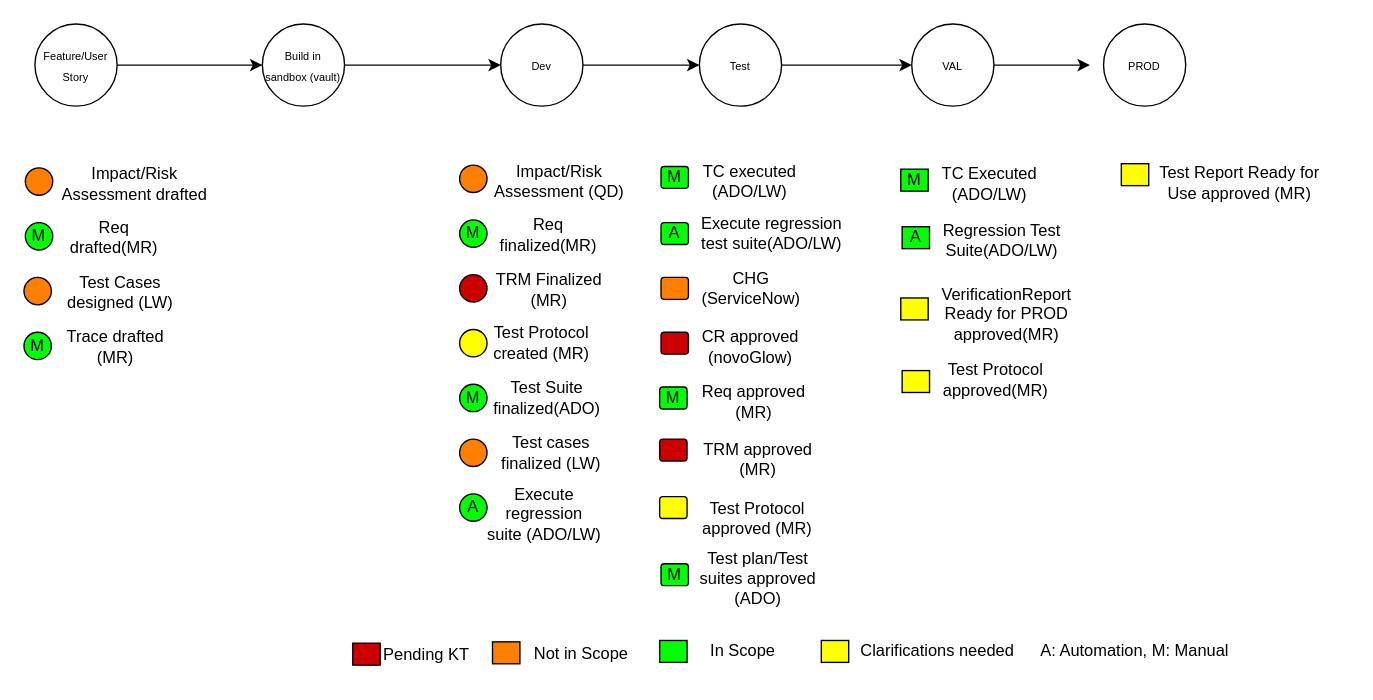
Above: hpalmtoado2.drawio in surajnaik90/Architectures-Designs (draw.io), before the change. Source tidied: cells renumbered, new cells numbered last; positions are measured from the earlier drawing's top-left corner, leaving out a move shared by most shapes. Both pictures are drawn from the tidied source at 137%, with x=0, y=0 at pixel (23, 23).
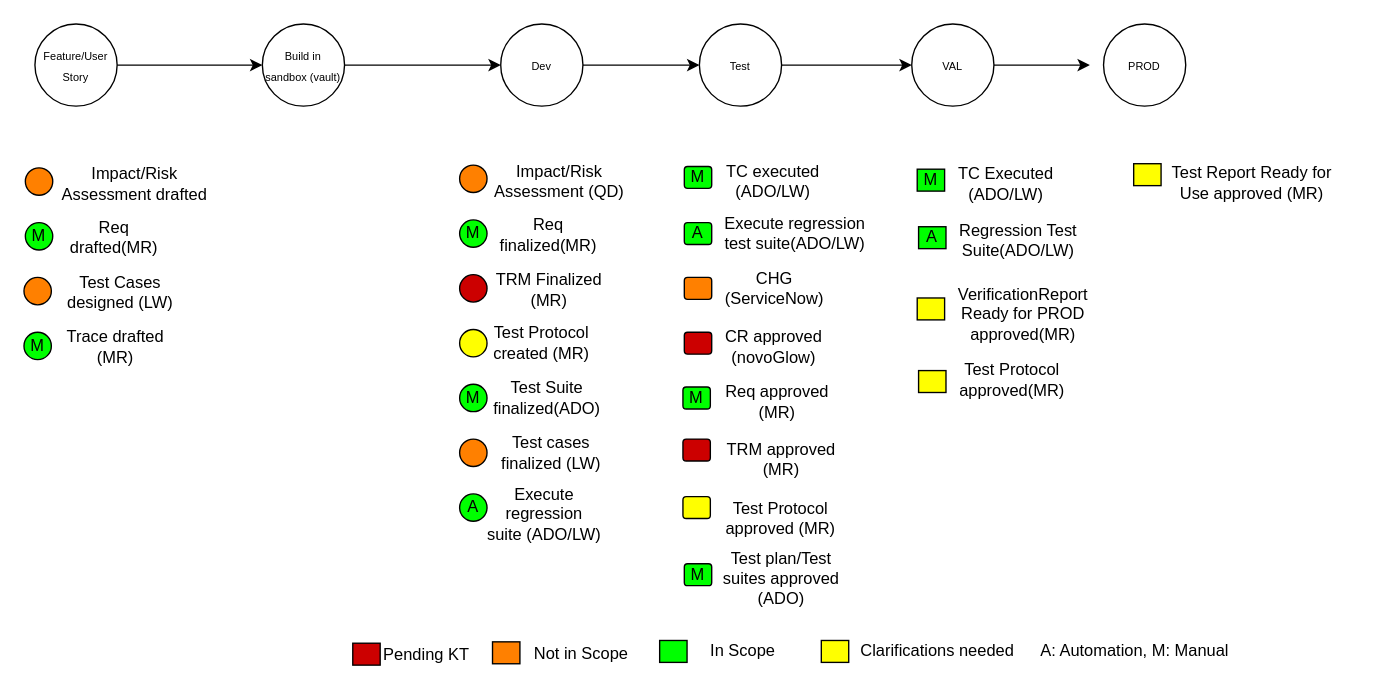
The same page after the edit.

Unchanged cells that the change refers to:
```xml
<mxCell id="70" value="Test Protocol approved(MR)" style="text;html=1;strokeColor=none;fillColor=none;align=center;verticalAlign=middle;whiteSpace=wrap;rounded=0;" parent="69" vertex="1">
  <mxGeometry x="15" y="143" width="109" height="30" as="geometry" />
</mxCell>
```

Change to the diagram source:
```diff
@@
     <mxCell id="16" value="Test Report Ready for Use approved (MR)" style="text;html=1;strokeColor=none;fillColor=none;align=center;verticalAlign=middle;whiteSpace=wrap;rounded=0;" parent="1" vertex="1">
-      <mxGeometry x="817" y="101" width="141" height="30" as="geometry" />
+      <mxGeometry x="826" y="101" width="141" height="30" as="geometry" />
     </mxCell>
@@
     <mxCell id="52" style="group;" parent="1" vertex="1">
-      <mxGeometry x="464" y="100" width="137" height="320" as="geometry" />
+      <mxGeometry x="481" y="100" width="137" height="320" as="geometry" />
     </mxCell>
@@
     <mxCell id="69" style="group;" parent="1" vertex="1">
-      <mxGeometry x="640" y="102" width="134" height="173" as="geometry" />
+      <mxGeometry x="652" y="102" width="134" height="173" as="geometry" />
     </mxCell>
@@
+    <mxCell id="79" style="edgeStyle=orthogonalEdgeStyle;rounded=0;orthogonalLoop=1;jettySize=auto;html=1;exitX=0.5;exitY=1;exitDx=0;exitDy=0;" parent="69" edge="1" source="70" target="70">
+      <mxGeometry relative="1" as="geometry" />
+    </mxCell>
     <mxCell id="78" style="rounded=1;whiteSpace=wrap;html=1;fillColor=#FFFF00;arcSize=0;" parent="1" vertex="1">
-      <mxGeometry x="801" y="102" width="20" height="16" as="geometry" />
+      <mxGeometry x="810" y="102" width="20" height="16" as="geometry" />
     </mxCell>
```
